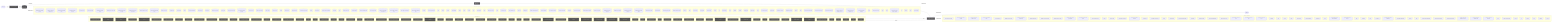
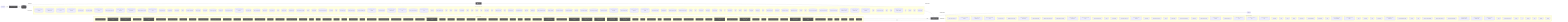
flowchart LR
  UserQ(["👤 User Query"])
  Embed["📐 Embedding Model"]
  VecDB[("📚 Vector Store")]
  Retriever["🔍 Retriever"]
  LLMNode["🧠 LLM / Generator"]
  Output(["✅ Response"])
  UserQ -->|query| Embed
  Embed -->|vector| VecDB
  VecDB -->|top-k chunks| Retriever
  Retriever -->|context + query| LLMNode
  LLMNode -->|generated answer| Output
  subgraph DetectedMemory["Detected memory stores"]
    det_detectedmemory_check_steering_feedback_contract_80134459[("check-steering-feedback-contract")]
    det_detectedmemory_prompt_context_drift_validate_runner_c8ecc6f5[("prompt-context-drift-validate-runner")]
    det_detectedmemory_prompt_context_drift_write_runner_69e6a4fd[("prompt-context-drift-write-runner")]
    det_detectedmemory_normalize_workflow_contracts_8701f1c8[("normalize-workflow-contracts")]
    det_detectedmemory_run_harness_evals_77704768[("run-harness-evals")]
    det_detectedmemory_sync_codex_preflight_7e7a8dc2[("sync-codex-preflight")]
    det_detectedmemory_test_harness_upgrade_matrix_84113c4e[("test-harness-upgrade-matrix")]
    det_detectedmemory_validate_prompt_context_drift_8c949ef6[("validate-prompt-context-drift")]
    det_detectedmemory_validate_runtime_packet_schemas_bc3ba8ec[("validate-runtime-packet-schemas")]
    det_detectedmemory_validate_system_prompt_gap_adoption_62d8c955[("validate-system-prompt-gap-adoption")]
    det_detectedmemory_validate_workflow_contracts_33dc063c[("validate-workflow-contracts")]
    det_detectedmemory_write_prompt_context_drift_report_71a4e149[("write-prompt-context-drift-report")]
    det_detectedmemory_branch_protect_core_a8feb0fd[("branch-protect-core")]
    det_detectedmemory_ci_migrate_core_7005b5af[("ci-migrate-core")]
    det_detectedmemory_context_health_80bb7da9[("context-health")]
    det_detectedmemory_context_ea7792a2[("context")]
    det_detectedmemory_docs_gate_classification_2f51c90b[("docs-gate-classification")]
    det_detectedmemory_docs_gate_types_d285abb6[("docs-gate-types")]
    det_detectedmemory_index_context_de3ed39d[("index-context")]
    det_detectedmemory_local_memory_preflight_dcc36c42[("local-memory-preflight")]
    det_detectedmemory_memory_gate_a577a506[("memory-gate")]
    det_detectedmemory_next_prompt_context_drift_3c5a93d5[("next-prompt-context-drift")]
    det_detectedmemory_next_recommendation_decisions_03315dd4[("next-recommendation-decisions")]
    det_detectedmemory_next_runner_state_be6fe997[("next-runner-state")]
    det_detectedmemory_pattern_scope_siblings_43abe000[("pattern-scope-siblings")]
    det_detectedmemory_review_context_ca6cf81d[("review-context")]
    det_detectedmemory_review_gate_core_4c8001f9[("review-gate-core")]
    det_detectedmemory_search_24193290[("search")]
    det_detectedmemory_session_context_e5ec72c0[("session-context")]
    det_detectedmemory_tooling_audit_core_328d6a41[("tooling-audit-core")]
    det_detectedmemory_run_local_memory_preflight_36e92808[("run-local-memory-preflight")]
    det_detectedmemory_checker_d2d2328e[("checker")]
    det_detectedmemory_context_health_1_ceb11829[("context-health")]
    det_detectedmemory_prompt_context_drift_surface_c1e30b42[("prompt-context-drift-surface")]
    det_detectedmemory_test_fixtures_c2f936b0[("test-fixtures")]
    det_detectedmemory_types_2_d9bc6e7a[("types")]
    det_detectedmemory_branch_protect_sync_570adb18[("branch-protect-sync")]
-     det_detectedmemory_command_registry_a88eb2e3[("command-registry")]
+     det_detectedmemory_builtin_command_specs_ac7d392e[("builtin-command-specs")]
    det_detectedmemory_command_capability_rules_ca3f496a[("command-capability-rules")]
+     det_detectedmemory_command_expected_artifacts_6469c2fb[("command-expected-artifacts")]
    det_detectedmemory_command_specs_core_1c0ffc99[("command-specs-core")]
    det_detectedmemory_local_memory_preflight_command_spec_9e23f3ce[("local-memory-preflight-command-spec")]
    det_detectedmemory_memory_gate_command_spec_dc9001a9[("memory-gate-command-spec")]
    det_detectedmemory_review_gate_command_spec_3187376a[("review-gate-command-spec")]
    det_detectedmemory_session_context_command_spec_973afbb1[("session-context-command-spec")]
    det_detectedmemory_constants_7517017f[("constants")]
    det_detectedmemory_context_compact_policy_3dcaf95d[("context-compact-policy")]
    det_detectedmemory_index_3_7e40d474[("index")]
    det_detectedmemory_indexer_70fa78e5[("indexer")]
    det_detectedmemory_init_error_5c7dd49f[("init-error")]
    det_detectedmemory_lexical_fallback_723e2b3e[("lexical-fallback")]
    det_detectedmemory_ollama_76e3c7bf[("ollama")]
    det_detectedmemory_rollout_a4fa034c[("rollout")]
    det_detectedmemory_sources_878a52fc[("sources")]
    det_detectedmemory_store_824d80d7[("store")]
    det_detectedmemory_sync_contract_c79fa191[("sync-contract")]
    det_detectedmemory_types_8_f6283648[("types")]
    det_detectedmemory_harness_run_context_ac7c77a9[("harness-run-context")]
    det_detectedmemory_index_4_013aa0e3[("index")]
    det_detectedmemory_json_schema_core_96d7e328[("json-schema-core")]
    det_detectedmemory_policy_validators_core_714a3fe7[("policy-validators-core")]
    det_detectedmemory_types_core_e405ddca[("types-core")]
    det_detectedmemory_validator_core_4358f8ba[("validator-core")]
    det_detectedmemory_archive_candidates_scanner_d0931789[("archive-candidates-scanner")]
    det_detectedmemory_archive_candidates_dc0e40e1[("archive-candidates")]
    det_detectedmemory_docs_task_eval_contract_79347457[("docs-task-eval-contract")]
    det_detectedmemory_docs_task_eval_fixtures_44902755[("docs-task-eval-fixtures")]
    det_detectedmemory_init_modes_c05ceb07[("init-modes")]
    det_detectedmemory_project_brain_templates_7ef51530[("project-brain-templates")]
    det_detectedmemory_scaffold_diagram_templates_dd88e83c[("scaffold-diagram-templates")]
    det_detectedmemory_scaffold_doc_templates_f6152330[("scaffold-doc-templates")]
    det_detectedmemory_scaffold_environment_templates_c1ceba6a[("scaffold-environment-templates")]
    det_detectedmemory_scaffold_hook_templates_8c74ab50[("scaffold-hook-templates")]
    det_detectedmemory_scaffold_root_command_templates_404fed7f[("scaffold-root-command-templates")]
    det_detectedmemory_scaffold_script_template_registry_69312d4e[("scaffold-script-template-registry")]
    det_detectedmemory_scaffold_shell_templates_0ad0f915[("scaffold-shell-templates")]
    det_detectedmemory_scaffold_surfaces_12d6494e[("scaffold-surfaces")]
    det_detectedmemory_scaffold_template_registry_b1cce2aa[("scaffold-template-registry")]
    det_detectedmemory_scaffold_workflow_template_92310587[("scaffold-workflow-template")]
    det_detectedmemory_eval_seed_5699fd3e[("eval-seed")]
    det_detectedmemory_index_10_f6785a46[("index")]
    det_detectedmemory_review_context_1_e3afed15[("review-context")]
    det_detectedmemory_memory_gate_1_265164ac[("memory-gate")]
    det_detectedmemory_branch_enforcer_acb749cd[("branch-enforcer")]
    det_detectedmemory_cli_args_5_09ea29f0[("cli-args")]
    det_detectedmemory_cli_7_dc4a9f7f[("cli")]
    det_detectedmemory_metrics_tracker_98cec29c[("metrics-tracker")]
    det_detectedmemory_types_20_071a0112[("types")]
    det_detectedmemory_validator_5_b19ac2be[("validator")]
    det_detectedmemory_classifier_fe1991a9[("classifier")]
    det_detectedmemory_tooling_paths_560ac80d[("tooling-paths")]
    det_detectedmemory_claim_helpers_20dc8387[("claim-helpers")]
    det_detectedmemory_types_25_89d086aa[("types")]
    det_detectedmemory_local_memory_smoke_1175abfc[("local-memory-smoke")]
    det_detectedmemory_local_memory_0db17ecc[("local-memory")]
    det_detectedmemory_performance_overload_c685bfcf[("performance-overload")]
    det_detectedmemory_suggestion_generator_0956f794[("suggestion-generator")]
    det_detectedmemory_git_head_7346fd6a[("git-head")]
    det_detectedmemory_index_12_762ec91b[("index")]
    det_detectedmemory_prompt_context_drift_builder_a451c7dd[("prompt-context-drift-builder")]
    det_detectedmemory_prompt_context_drift_report_3257a95c[("prompt-context-drift-report")]
    det_detectedmemory_prompt_context_drift_types_ba6863d4[("prompt-context-drift-types")]
    det_detectedmemory_prompt_context_drift_validation_evidence_21f0336f[("prompt-context-drift-validation-evidence")]
    det_detectedmemory_prompt_context_drift_validation_utils_2285f4ac[("prompt-context-drift-validation-utils")]
    det_detectedmemory_prompt_context_drift_validation_8fc01719[("prompt-context-drift-validation")]
    det_detectedmemory_index_13_97df39c8[("index")]
    det_detectedmemory_prompt_context_receipt_17b862b2[("prompt-context-receipt")]
    det_detectedmemory_types_32_bfe791ff[("types")]
    det_detectedmemory_policy_1_fc4198db[("policy")]
    det_detectedmemory_runtime_card_codex_runtime_validation_d8ce9934[("runtime-card-codex-runtime-validation")]
    det_detectedmemory_cli_12_01c06c37[("cli")]
    det_detectedmemory_collector_0736fd5b[("collector")]
    det_detectedmemory_types_35_93e66c64[("types")]
    det_detectedmemory_overload_guard_2748c559[("overload-guard")]
  end
  VecDB -. "implemented by" .-> DetectedMemory
  subgraph DetectedLLM["Detected LLM clients"]
    det_detectedllm_check_codex_agent_roles_5bb2e89b["check-codex-agent-roles"]
    det_detectedllm_check_steering_feedback_contract_80134459["check-steering-feedback-contract"]
    det_detectedllm_prompt_context_drift_validate_runner_c8ecc6f5["prompt-context-drift-validate-runner"]
    det_detectedllm_prompt_context_drift_write_runner_69e6a4fd["prompt-context-drift-write-runner"]
    det_detectedllm_run_harness_evals_77704768["run-harness-evals"]
    det_detectedllm_validate_decision_request_2e5c325e["validate-decision-request"]
    det_detectedllm_validate_goal_completion_audit_receipt_100d252c["validate-goal-completion-audit-receipt"]
    det_detectedllm_validate_packaged_skill_5e32c890["validate-packaged-skill"]
    det_detectedllm_validate_prompt_context_drift_8c949ef6["validate-prompt-context-drift"]
    det_detectedllm_validate_reviewer_coverage_251efee3["validate-reviewer-coverage"]
    det_detectedllm_validate_system_prompt_gap_adoption_62d8c955["validate-system-prompt-gap-adoption"]
    det_detectedllm_write_prompt_context_drift_report_71a4e149["write-prompt-context-drift-report"]
    det_detectedllm_check_environment_core_2c16213f["check-environment-core"]
    det_detectedllm_context_ea7792a2["context"]
    det_detectedllm_index_context_de3ed39d["index-context"]
    det_detectedllm_next_prompt_context_drift_3c5a93d5["next-prompt-context-drift"]
    det_detectedllm_next_recommendation_decisions_03315dd4["next-recommendation-decisions"]
    det_detectedllm_prompt_gate_c5e9d207["prompt-gate"]
    det_detectedllm_remediate_runner_helpers_929fedcc["remediate-runner-helpers"]
    det_detectedllm_search_24193290["search"]
    det_detectedllm_context_health_1_ceb11829["context-health"]
    det_detectedllm_prompt_context_drift_surface_c1e30b42["prompt-context-drift-surface"]
    det_detectedllm_test_fixtures_c2f936b0["test-fixtures"]
-     det_detectedllm_command_registry_a88eb2e3["command-registry"]
-     det_detectedllm_command_capability_rules_ca3f496a["command-capability-rules"]
+     det_detectedllm_builtin_command_specs_ac7d392e["builtin-command-specs"]
+     det_detectedllm_command_expected_artifacts_6469c2fb["command-expected-artifacts"]
    det_detectedllm_command_specs_core_1c0ffc99["command-specs-core"]
    det_detectedllm_pilot_evaluate_command_spec_1084ea72["pilot-evaluate-command-spec"]
    det_detectedllm_pilot_rollback_command_spec_4fe69f7d["pilot-rollback-command-spec"]
    det_detectedllm_prompt_gate_command_spec_9a941482["prompt-gate-command-spec"]
    det_detectedllm_constants_7517017f["constants"]
    det_detectedllm_index_3_7e40d474["index"]
    det_detectedllm_indexer_70fa78e5["indexer"]
    det_detectedllm_ollama_76e3c7bf["ollama"]
    det_detectedllm_sync_contract_c79fa191["sync-contract"]
    det_detectedllm_north_star_validators_cfc926ce["north-star-validators"]
    det_detectedllm_hilt_boundary_9b36fb15["hilt-boundary"]
    det_detectedllm_types_10_75e5a4a0["types"]
    det_detectedllm_goal_completion_audit_receipt_validation_9d0f4891["goal-completion-audit-receipt-validation"]
    det_detectedllm_goal_completion_audit_receipt_5e4939c3["goal-completion-audit-receipt"]
    det_detectedllm_index_5_522f772a["index"]
    det_detectedllm_constants_1_a84e15f0["constants"]
    det_detectedllm_types_18_37582e2a["types"]
    det_detectedllm_sensitive_text_7c11f760["sensitive-text"]
    det_detectedllm_pr_template_linked_issue_relationship_a7b61f2c["pr-template-linked-issue-relationship"]
    det_detectedllm_pr_template_validator_rules_20a32d6b["pr-template-validator-rules"]
    det_detectedllm_git_head_7346fd6a["git-head"]
    det_detectedllm_index_12_762ec91b["index"]
    det_detectedllm_prompt_context_drift_builder_a451c7dd["prompt-context-drift-builder"]
    det_detectedllm_prompt_context_drift_report_3257a95c["prompt-context-drift-report"]
    det_detectedllm_prompt_context_drift_types_ba6863d4["prompt-context-drift-types"]
    det_detectedllm_prompt_context_drift_validation_evidence_21f0336f["prompt-context-drift-validation-evidence"]
    det_detectedllm_prompt_context_drift_validation_utils_2285f4ac["prompt-context-drift-validation-utils"]
    det_detectedllm_prompt_context_drift_validation_8fc01719["prompt-context-drift-validation"]
    det_detectedllm_index_13_97df39c8["index"]
    det_detectedllm_prompt_context_receipt_17b862b2["prompt-context-receipt"]
    det_detectedllm_cli_args_9_9c136878["cli-args"]
    det_detectedllm_cli_11_338a8415["cli"]
    det_detectedllm_sections_4697ef32["sections"]
    det_detectedllm_types_28_4476fcc6["types"]
    det_detectedllm_validator_7_f836eb0e["validator"]
    det_detectedllm_cli_args_10_861cdd3f["cli-args"]
  end
  LLMNode -. "implemented by" .-> DetectedLLM
  subgraph DetectedTools["Agentic tool calls"]
    det_detectedtools_check_codex_agent_roles_5bb2e89b["🔧 check-codex-agent-roles"]
    det_detectedtools_check_steering_feedback_contract_80134459["🔧 check-steering-feedback-contract"]
    det_detectedtools_check_tooling_baseline_parity_3124b30a["🔧 check-tooling-baseline-parity"]
    det_detectedtools_run_harness_evals_77704768["🔧 run-harness-evals"]
    det_detectedtools_validate_action_review_receipt_fa2f06c3["🔧 validate-action-review-receipt"]
    det_detectedtools_validate_packaged_skill_5e32c890["🔧 validate-packaged-skill"]
    det_detectedtools_validate_replay_packet_f309747e["🔧 validate-replay-packet"]
    det_detectedtools_ci_migrate_core_7005b5af["🔧 ci-migrate-core"]
    det_detectedtools_doctor_checks_5a2eb2b9["🔧 doctor-checks"]
    det_detectedtools_doctor_github_tool_check_e0a938df["🔧 doctor-github-tool-check"]
    det_detectedtools_doctor_github_tool_checks_a53b0382["🔧 doctor-github-tool-checks"]
    det_detectedtools_doctor_tool_checks_4acac51a["🔧 doctor-tool-checks"]
    det_detectedtools_fleet_plan_repo_ecdc6499["🔧 fleet-plan-repo"]
    det_detectedtools_next_blocked_decisions_4140ad2b["🔧 next-blocked-decisions"]
    det_detectedtools_next_pr_closeout_contract_af31d30a["🔧 next-pr-closeout-contract"]
    det_detectedtools_policy_gate_213f7313["🔧 policy-gate"]
    det_detectedtools_remediate_cli_output_cc165396["🔧 remediate-cli-output"]
    det_detectedtools_remediate_runner_helpers_929fedcc["🔧 remediate-runner-helpers"]
    det_detectedtools_review_gate_core_4c8001f9["🔧 review-gate-core"]
    det_detectedtools_index_1bc04b52["🔧 index"]
    det_detectedtools_types_1_4ecdf56e["🔧 types"]
    det_detectedtools_validation_constants_e002a0f6["🔧 validation-constants"]
    det_detectedtools_validation_98c41dcd["🔧 validation"]
    det_detectedtools_checker_d2d2328e["🔧 checker"]
    det_detectedtools_shared_state_policy_edc9c4db["🔧 shared-state-policy"]
    det_detectedtools_cli_args_1_6144b055["🔧 cli-args"]
    det_detectedtools_command_capabilities_a4d5c71e["🔧 command-capabilities"]
    det_detectedtools_command_capability_rules_ca3f496a["🔧 command-capability-rules"]
    det_detectedtools_linear_command_actions_e430f4f4["🔧 linear-command-actions"]
    det_detectedtools_linear_command_runner_4a740dfc["🔧 linear-command-runner"]
    det_detectedtools_policy_validators_core_714a3fe7["🔧 policy-validators-core"]
    det_detectedtools_shared_state_action_validator_e7b128cd["🔧 shared-state-action-validator"]
    det_detectedtools_types_core_e405ddca["🔧 types-core"]
    det_detectedtools_validator_core_4358f8ba["🔧 validator-core"]
    det_detectedtools_validator_helpers_7b927667["🔧 validator-helpers"]
    det_detectedtools_he_phase_exit_core_1148895b["🔧 he-phase-exit-core"]
    det_detectedtools_environment_runtime_3206f0a8["🔧 environment-runtime"]
    det_detectedtools_observed_skill_usage_ed7d5930["🔧 observed-skill-usage"]
    det_detectedtools_closure_evidence_aaa31467["🔧 closure-evidence"]
    det_detectedtools_pr_creator_dc6b1ea4["🔧 pr-creator"]
    det_detectedtools_client_948fe603["🔧 client"]
    det_detectedtools_init_output_360dce91["🔧 init-output"]
    det_detectedtools_scaffold_ci_templates_2afd6392["🔧 scaffold-ci-templates"]
    det_detectedtools_scaffold_codex_environment_templates_334fbbed["🔧 scaffold-codex-environment-templates"]
    det_detectedtools_scaffold_config_templates_4b80ce53["🔧 scaffold-config-templates"]
    det_detectedtools_scaffold_environment_templates_c1ceba6a["🔧 scaffold-environment-templates"]
    det_detectedtools_scaffold_github_actions_pr_pipeline_renderer_1ee18de5["🔧 scaffold-github-actions-pr-pipeline-renderer"]
    det_detectedtools_scaffold_github_actions_pr_pipeline_template_e2b85f62["🔧 scaffold-github-actions-pr-pipeline-template"]
    det_detectedtools_scaffold_package_command_template_80e32e83["🔧 scaffold-package-command-template"]
    det_detectedtools_scaffold_release_private_npm_template_075499f8["🔧 scaffold-release-private-npm-template"]
    det_detectedtools_constants_1_a84e15f0["🔧 constants"]
    det_detectedtools_index_9_32dd4d91["🔧 index"]
    det_detectedtools_validation_common_6161e48b["🔧 validation-common"]
    det_detectedtools_cli_7_dc4a9f7f["🔧 cli"]
    det_detectedtools_metrics_tracker_98cec29c["🔧 metrics-tracker"]
    det_detectedtools_normalise_renderer_85f2e563["🔧 normalise-renderer"]
    det_detectedtools_evaluation_engine_core_e054fe49["🔧 evaluation-engine-core"]
    det_detectedtools_tooling_baseline_50ab2eeb["🔧 tooling-baseline"]
    det_detectedtools_tooling_paths_560ac80d["🔧 tooling-paths"]
    det_detectedtools_prompt_context_drift_report_3257a95c["🔧 prompt-context-drift-report"]
    det_detectedtools_prompt_context_drift_types_ba6863d4["🔧 prompt-context-drift-types"]
    det_detectedtools_prompt_context_drift_validation_utils_2285f4ac["🔧 prompt-context-drift-validation-utils"]
    det_detectedtools_replay_packet_a1293f88["🔧 replay-packet"]
    det_detectedtools_index_14_d982116c["🔧 index"]
    det_detectedtools_review_lifecycle_contract_e5447221["🔧 review-lifecycle-contract"]
    det_detectedtools_review_lifecycle_89afa64c["🔧 review-lifecycle"]
    det_detectedtools_runtime_card_codex_runtime_validation_d8ce9934["🔧 runtime-card-codex-runtime-validation"]
    det_detectedtools_runtime_card_codex_runtime_0655e230["🔧 runtime-card-codex-runtime"]
    det_detectedtools_runtime_evidence_bundle_d471a232["🔧 runtime-evidence-bundle"]
    det_detectedtools_types_37_32ccf9f9["🔧 types"]
    det_detectedtools_index_17_642943a2["🔧 index"]
    det_detectedtools_projection_1b250ea1["🔧 projection"]
    det_detectedtools_types_39_d07de160["🔧 types"]
    det_detectedtools_validation_8_b9fa10af["🔧 validation"]
  end
  LLMNode -->|tool use| DetectedTools
  DetectedTools -->|result| LLMNode
  classDef memNode fill:#555,color:#fff
  class VecDB,Retriever memNode
  classDef llmNode fill:#555,color:#fff
  class LLMNode,Embed llmNode
  classDef toolNode fill:#555,color:#fff
  class det_detectedtools_check_codex_agent_roles_5bb2e89b,det_detectedtools_check_steering_feedback_contract_80134459,det_detectedtools_check_tooling_baseline_parity_3124b30a,det_detectedtools_run_harness_evals_77704768,det_detectedtools_validate_action_review_receipt_fa2f06c3,det_detectedtools_validate_packaged_skill_5e32c890,det_detectedtools_validate_replay_packet_f309747e,det_detectedtools_ci_migrate_core_7005b5af,det_detectedtools_doctor_checks_5a2eb2b9,det_detectedtools_doctor_github_tool_check_e0a938df,det_detectedtools_doctor_github_tool_checks_a53b0382,det_detectedtools_doctor_tool_checks_4acac51a,det_detectedtools_fleet_plan_repo_ecdc6499,det_detectedtools_next_blocked_decisions_4140ad2b,det_detectedtools_next_pr_closeout_contract_af31d30a,det_detectedtools_policy_gate_213f7313,det_detectedtools_remediate_cli_output_cc165396,det_detectedtools_remediate_runner_helpers_929fedcc,det_detectedtools_review_gate_core_4c8001f9,det_detectedtools_index_1bc04b52,det_detectedtools_types_1_4ecdf56e,det_detectedtools_validation_constants_e002a0f6,det_detectedtools_validation_98c41dcd,det_detectedtools_checker_d2d2328e,det_detectedtools_shared_state_policy_edc9c4db,det_detectedtools_cli_args_1_6144b055,det_detectedtools_command_capabilities_a4d5c71e,det_detectedtools_command_capability_rules_ca3f496a,det_detectedtools_linear_command_actions_e430f4f4,det_detectedtools_linear_command_runner_4a740dfc,det_detectedtools_policy_validators_core_714a3fe7,det_detectedtools_shared_state_action_validator_e7b128cd,det_detectedtools_types_core_e405ddca,det_detectedtools_validator_core_4358f8ba,det_detectedtools_validator_helpers_7b927667,det_detectedtools_he_phase_exit_core_1148895b,det_detectedtools_environment_runtime_3206f0a8,det_detectedtools_observed_skill_usage_ed7d5930,det_detectedtools_closure_evidence_aaa31467,det_detectedtools_pr_creator_dc6b1ea4,det_detectedtools_client_948fe603,det_detectedtools_init_output_360dce91,det_detectedtools_scaffold_ci_templates_2afd6392,det_detectedtools_scaffold_codex_environment_templates_334fbbed,det_detectedtools_scaffold_config_templates_4b80ce53,det_detectedtools_scaffold_environment_templates_c1ceba6a,det_detectedtools_scaffold_github_actions_pr_pipeline_renderer_1ee18de5,det_detectedtools_scaffold_github_actions_pr_pipeline_template_e2b85f62,det_detectedtools_scaffold_package_command_template_80e32e83,det_detectedtools_scaffold_release_private_npm_template_075499f8,det_detectedtools_constants_1_a84e15f0,det_detectedtools_index_9_32dd4d91,det_detectedtools_validation_common_6161e48b,det_detectedtools_cli_7_dc4a9f7f,det_detectedtools_metrics_tracker_98cec29c,det_detectedtools_normalise_renderer_85f2e563,det_detectedtools_evaluation_engine_core_e054fe49,det_detectedtools_tooling_baseline_50ab2eeb,det_detectedtools_tooling_paths_560ac80d,det_detectedtools_prompt_context_drift_report_3257a95c,det_detectedtools_prompt_context_drift_types_ba6863d4,det_detectedtools_prompt_context_drift_validation_utils_2285f4ac,det_detectedtools_replay_packet_a1293f88,det_detectedtools_index_14_d982116c,det_detectedtools_review_lifecycle_contract_e5447221,det_detectedtools_review_lifecycle_89afa64c,det_detectedtools_runtime_card_codex_runtime_validation_d8ce9934,det_detectedtools_runtime_card_codex_runtime_0655e230,det_detectedtools_runtime_evidence_bundle_d471a232,det_detectedtools_types_37_32ccf9f9,det_detectedtools_index_17_642943a2,det_detectedtools_projection_1b250ea1,det_detectedtools_types_39_d07de160,det_detectedtools_validation_8_b9fa10af toolNode
